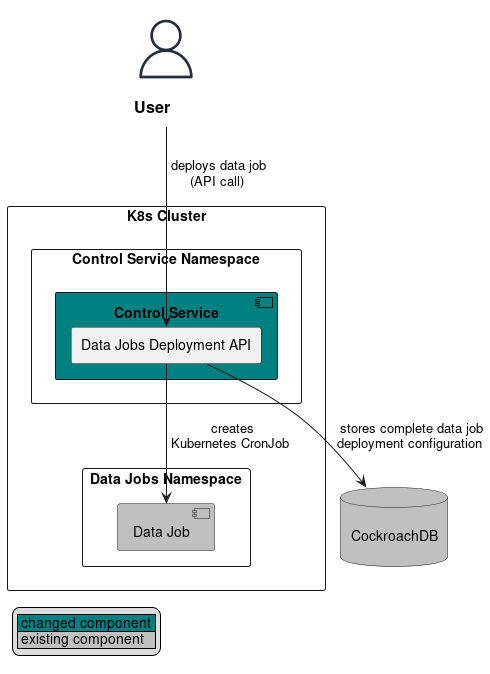
Above: specs/vep-2272-complete-data-job-configuration-persistence/deploy_data_job_diagram.png in vmware/versatile-data-kit (PlantUML), before the change.
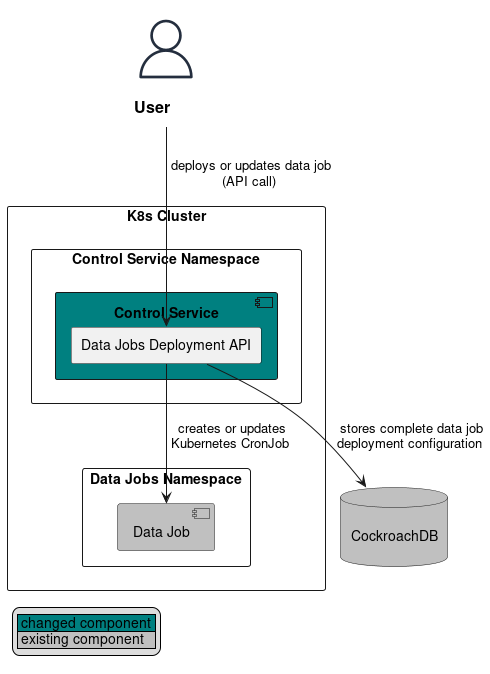
Above is the later version.

Commit message:
documentation: VEP-2272 Complete Data Job Configuration Persistance

This change introduces VEP-2272, which aims at proposing an improvement
to Versatile Data Kit by switching the source of truth
from Kubernetes to a database.

Note: This PR will cover only the first four sections.

The edit, as a diff of the source:
```diff
@@ -19,9 +19,9 @@
 
 database "\nCockroachDB\n" as DB #silver
 
-engineer --> data_jobs_deployment_api : " deploys data job\n(API call)"
+engineer --> data_jobs_deployment_api : " deploys or updates data job\n(API call)"
 data_jobs_deployment_api --> DB : " stores complete data job\ndeployment configuration"
-data_jobs_deployment_api --> dj : " creates\n Kubernetes CronJob "
+data_jobs_deployment_api --> dj : " creates or updates\n Kubernetes CronJob "
 
 legend bottom left
   | <#teal> changed component |
```
